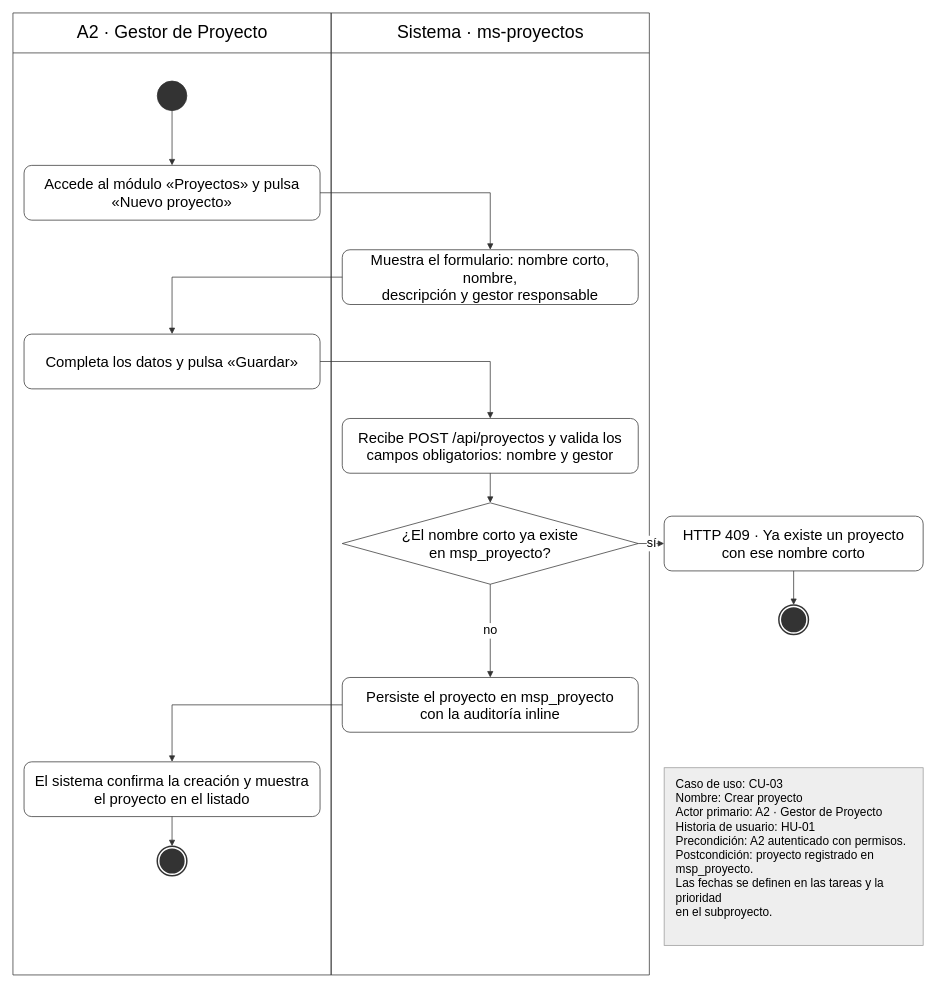
Before: Docs/Diagramas/Actividad/CU-03_Crear_Proyecto.drawio in tfm-missi-2026/orquestacion, a draw.io diagram. Source tidied: cells renumbered, new cells numbered last; positions are measured from the earlier drawing's top-left corner, leaving out a move shared by most shapes. Both pictures are drawn from the tidied source at 74%, with x=0, y=0 at pixel (13, 13).
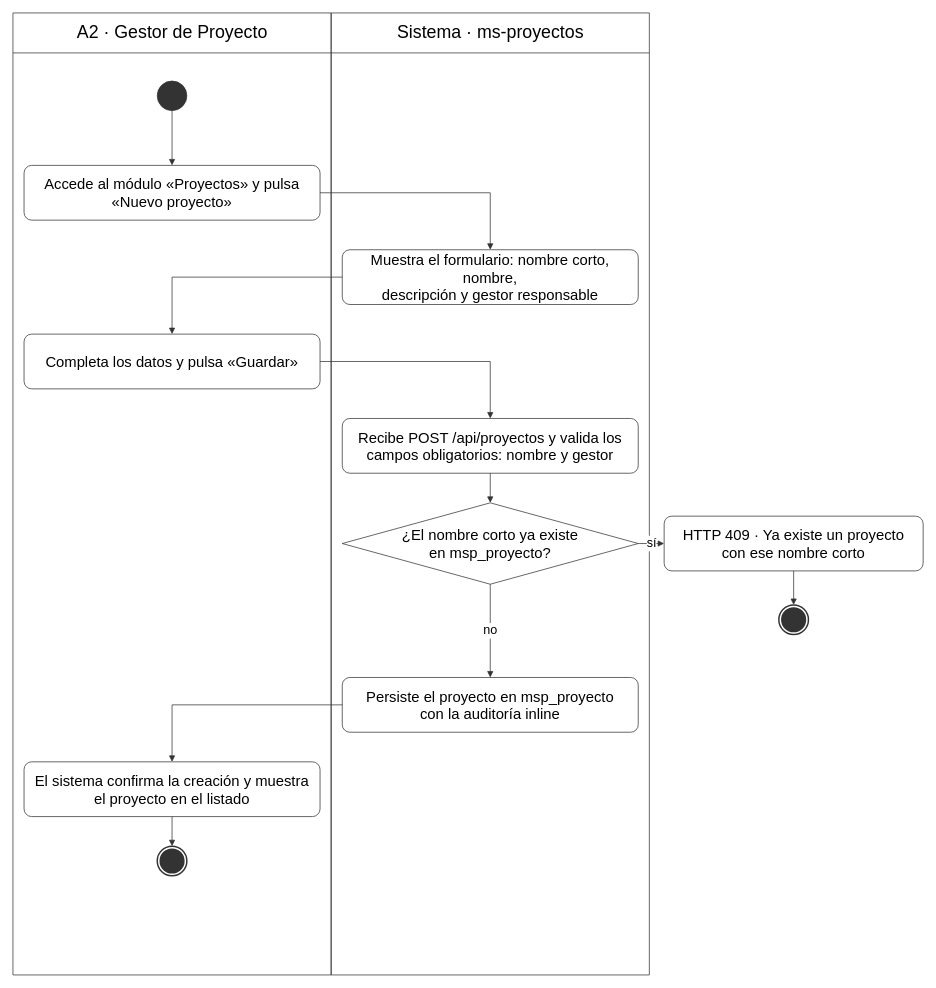
Above is the later version.

What changed in the source:
```diff
@@
-    <mxCell id="25" value="Caso de uso: CU-03&lt;br&gt;Nombre: Crear proyecto&lt;br&gt;Actor primario: A2 · Gestor de Proyecto&lt;br&gt;Historia de usuario: HU-01&lt;br&gt;Precondición: A2 autenticado con permisos.&lt;br&gt;Postcondición: proyecto registrado en msp_proyecto.&lt;br&gt;Las fechas se definen en las tareas y la prioridad&lt;br&gt;en el subproyecto." style="rounded=0;whiteSpace=wrap;html=1;fillColor=#EEEEEE;strokeColor=#999999;strokeWidth=1;fontColor=#000000;fontSize=16;align=left;verticalAlign=top;spacingLeft=14;spacingTop=6;shadow=0;" parent="1" vertex="1">
-      <mxGeometry x="880" y="1020" width="350" height="240" as="geometry" />
-    </mxCell>
```
